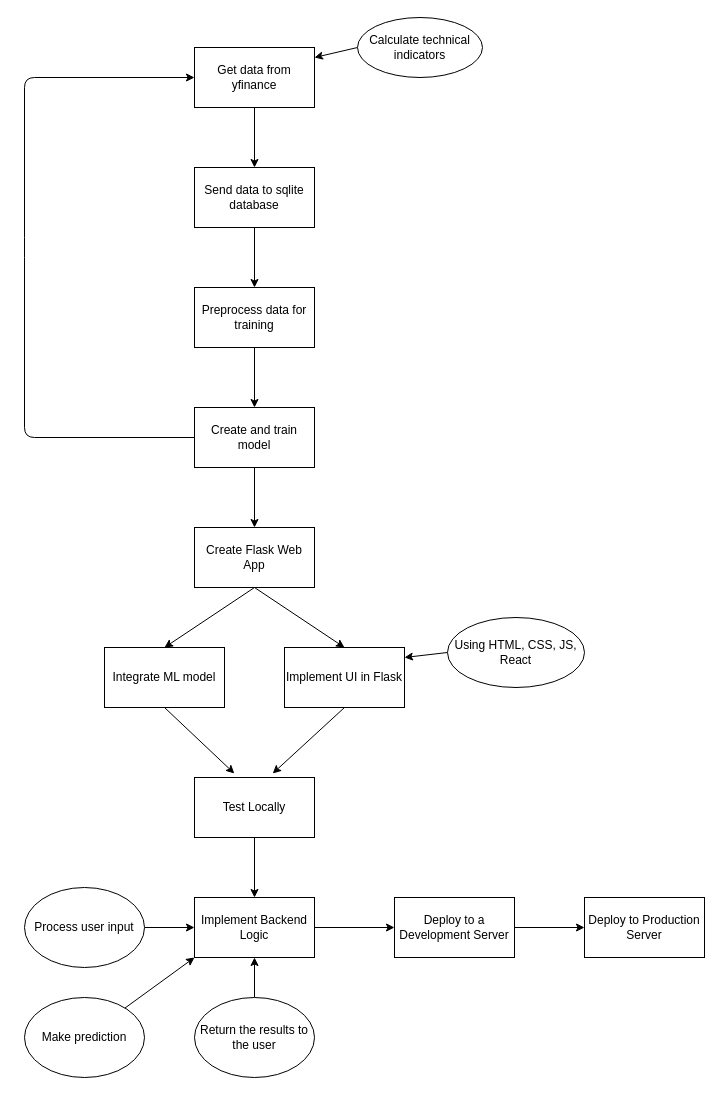
AJohnston35/Stock-Prediction keeps this draw.io diagram as docs/drawing.drawio. Above is the earlier version. Source tidied: cells renumbered, new cells numbered last; positions are measured from the earlier drawing's top-left corner, leaving out a move shared by most shapes. Both pictures are drawn from the tidied source at 100%, with x=0, y=0 at pixel (24, 17).
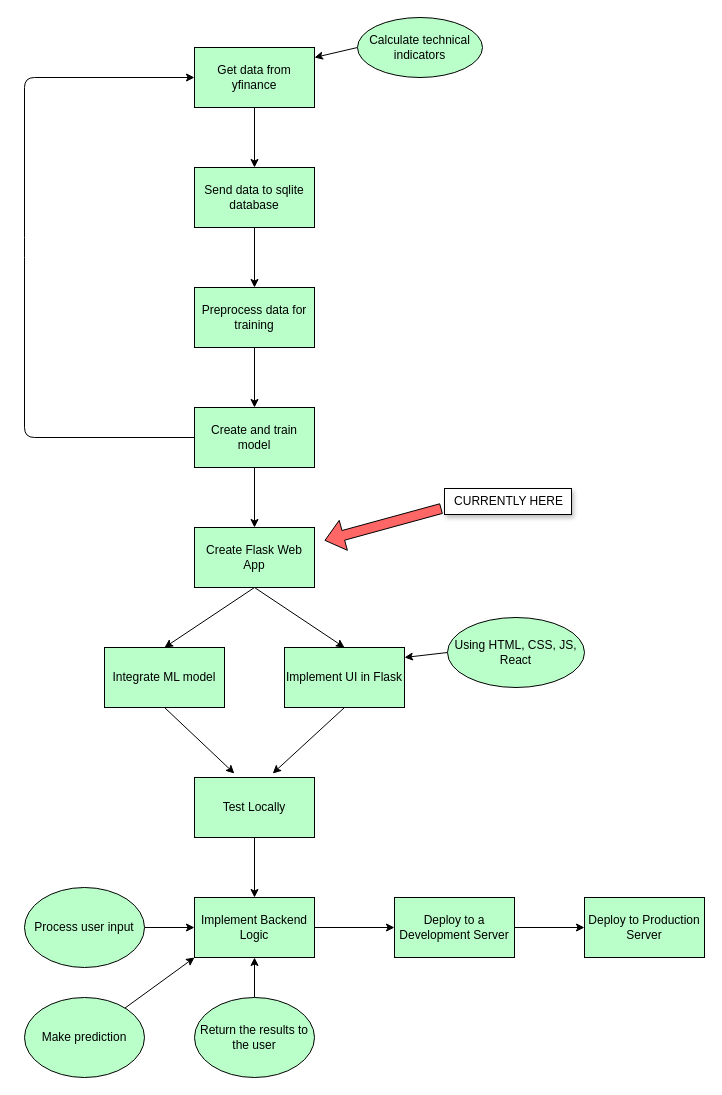
The same page after the edit.

The edit, as a diff of the source:
```diff
@@
-    <mxCell id="2" style="edgeStyle=none;html=1;entryX=0.5;entryY=0;entryDx=0;entryDy=0;" parent="1" edge="1" source="3" target="5">
+    <mxCell id="2" style="edgeStyle=none;html=1;entryX=0.5;entryY=0;entryDx=0;entryDy=0;fillColor=#BAFFCA;" parent="1" edge="1" source="3" target="5">
       <mxGeometry relative="1" as="geometry" />
     </mxCell>
-    <mxCell id="3" value="Get data from yfinance" style="rounded=0;whiteSpace=wrap;html=1;" parent="1" vertex="1">
+    <mxCell id="3" value="Get data from yfinance" style="rounded=0;whiteSpace=wrap;html=1;fillColor=#BAFFCA;" parent="1" vertex="1">
       <mxGeometry x="170" y="30" width="120" height="60" as="geometry" />
     </mxCell>
-    <mxCell id="4" style="edgeStyle=none;html=1;entryX=0.5;entryY=0;entryDx=0;entryDy=0;" parent="1" edge="1" source="5" target="6">
+    <mxCell id="4" style="edgeStyle=none;html=1;entryX=0.5;entryY=0;entryDx=0;entryDy=0;fillColor=#BAFFCA;" parent="1" edge="1" source="5" target="6">
       <mxGeometry relative="1" as="geometry" />
     </mxCell>
-    <mxCell id="5" value="Send data to sqlite database" style="rounded=0;whiteSpace=wrap;html=1;" parent="1" vertex="1">
+    <mxCell id="5" value="Send data to sqlite database" style="rounded=0;whiteSpace=wrap;html=1;fillColor=#BAFFCA;" parent="1" vertex="1">
       <mxGeometry x="170" y="150" width="120" height="60" as="geometry" />
     </mxCell>
-    <mxCell id="6" value="Preprocess data for training" style="rounded=0;whiteSpace=wrap;html=1;" parent="1" vertex="1">
+    <mxCell id="6" value="Preprocess data for training" style="rounded=0;whiteSpace=wrap;html=1;fillColor=#BAFFCA;" parent="1" vertex="1">
       <mxGeometry x="170" y="270" width="120" height="60" as="geometry" />
     </mxCell>
-    <mxCell id="7" style="edgeStyle=none;html=1;entryX=0.5;entryY=0;entryDx=0;entryDy=0;" parent="1" edge="1" target="9">
+    <mxCell id="7" style="edgeStyle=none;html=1;entryX=0.5;entryY=0;entryDx=0;entryDy=0;fillColor=#BAFFCA;" parent="1" edge="1" target="9">
       <mxGeometry relative="1" as="geometry">
         <mxPoint x="230" y="330" as="sourcePoint" />
       </mxGeometry>
     </mxCell>
-    <mxCell id="8" style="edgeStyle=none;html=1;entryX=0;entryY=0.5;entryDx=0;entryDy=0;exitX=0;exitY=0.5;exitDx=0;exitDy=0;" parent="1" edge="1" source="9" target="3">
+    <mxCell id="8" style="edgeStyle=none;html=1;entryX=0;entryY=0.5;entryDx=0;entryDy=0;exitX=0;exitY=0.5;exitDx=0;exitDy=0;fillColor=#BAFFCA;" parent="1" edge="1" source="9" target="3">
       <mxGeometry relative="1" as="geometry">
         <Array as="points">
           <mxPoint y="420" />
           <mxPoint y="230" />
           <mxPoint y="60" />
         </Array>
       </mxGeometry>
     </mxCell>
-    <mxCell id="9" value="Create and train model" style="rounded=0;whiteSpace=wrap;html=1;" parent="1" vertex="1">
+    <mxCell id="9" value="Create and train model" style="rounded=0;whiteSpace=wrap;html=1;fillColor=#BAFFCA;" parent="1" vertex="1">
       <mxGeometry x="170" y="390" width="120" height="60" as="geometry" />
     </mxCell>
-    <mxCell id="10" style="edgeStyle=none;html=1;entryX=0.5;entryY=0;entryDx=0;entryDy=0;" parent="1" edge="1" target="11">
+    <mxCell id="10" style="edgeStyle=none;html=1;entryX=0.5;entryY=0;entryDx=0;entryDy=0;fillColor=#BAFFCA;" parent="1" edge="1" target="11">
       <mxGeometry relative="1" as="geometry">
         <mxPoint x="230" y="450" as="sourcePoint" />
       </mxGeometry>
     </mxCell>
-    <mxCell id="11" value="Create Flask Web App" style="rounded=0;whiteSpace=wrap;html=1;" parent="1" vertex="1">
+    <mxCell id="11" value="Create Flask Web App" style="rounded=0;whiteSpace=wrap;html=1;fillColor=#BAFFCA;" parent="1" vertex="1">
       <mxGeometry x="170" y="510" width="120" height="60" as="geometry" />
     </mxCell>
-    <mxCell id="12" style="edgeStyle=none;html=1;entryX=0.5;entryY=0;entryDx=0;entryDy=0;" parent="1" edge="1" target="14">
+    <mxCell id="12" style="edgeStyle=none;html=1;entryX=0.5;entryY=0;entryDx=0;entryDy=0;fillColor=#BAFFCA;" parent="1" edge="1" target="14">
       <mxGeometry relative="1" as="geometry">
         <mxPoint x="230" y="570" as="sourcePoint" />
       </mxGeometry>
     </mxCell>
-    <mxCell id="13" style="edgeStyle=none;html=1;exitX=0.5;exitY=1;exitDx=0;exitDy=0;entryX=0.332;entryY=-0.067;entryDx=0;entryDy=0;entryPerimeter=0;" parent="1" edge="1" source="14" target="23">
+    <mxCell id="13" style="edgeStyle=none;html=1;exitX=0.5;exitY=1;exitDx=0;exitDy=0;entryX=0.332;entryY=-0.067;entryDx=0;entryDy=0;entryPerimeter=0;fillColor=#BAFFCA;" parent="1" edge="1" source="14" target="23">
       <mxGeometry relative="1" as="geometry" />
     </mxCell>
-    <mxCell id="14" value="Integrate ML model" style="rounded=0;whiteSpace=wrap;html=1;" parent="1" vertex="1">
+    <mxCell id="14" value="Integrate ML model" style="rounded=0;whiteSpace=wrap;html=1;fillColor=#BAFFCA;" parent="1" vertex="1">
       <mxGeometry x="80" y="630" width="120" height="60" as="geometry" />
     </mxCell>
-    <mxCell id="15" style="edgeStyle=none;html=1;entryX=0.5;entryY=0;entryDx=0;entryDy=0;exitX=0.5;exitY=1;exitDx=0;exitDy=0;" parent="1" edge="1" source="11" target="17">
+    <mxCell id="15" style="edgeStyle=none;html=1;entryX=0.5;entryY=0;entryDx=0;entryDy=0;exitX=0.5;exitY=1;exitDx=0;exitDy=0;fillColor=#BAFFCA;" parent="1" edge="1" source="11" target="17">
       <mxGeometry relative="1" as="geometry" />
     </mxCell>
-    <mxCell id="16" style="edgeStyle=none;html=1;exitX=0.5;exitY=1;exitDx=0;exitDy=0;entryX=0.652;entryY=-0.067;entryDx=0;entryDy=0;entryPerimeter=0;" parent="1" edge="1" source="17" target="23">
+    <mxCell id="16" style="edgeStyle=none;html=1;exitX=0.5;exitY=1;exitDx=0;exitDy=0;entryX=0.652;entryY=-0.067;entryDx=0;entryDy=0;entryPerimeter=0;fillColor=#BAFFCA;" parent="1" edge="1" source="17" target="23">
       <mxGeometry relative="1" as="geometry" />
     </mxCell>
-    <mxCell id="17" value="Implement UI in Flask" style="rounded=0;whiteSpace=wrap;html=1;" parent="1" vertex="1">
+    <mxCell id="17" value="Implement UI in Flask" style="rounded=0;whiteSpace=wrap;html=1;fillColor=#BAFFCA;" parent="1" vertex="1">
       <mxGeometry x="260" y="630" width="120" height="60" as="geometry" />
     </mxCell>
-    <mxCell id="18" style="edgeStyle=none;html=1;exitX=0;exitY=0.5;exitDx=0;exitDy=0;entryX=1;entryY=0.167;entryDx=0;entryDy=0;entryPerimeter=0;" parent="1" edge="1" source="19" target="3">
+    <mxCell id="18" style="edgeStyle=none;html=1;exitX=0;exitY=0.5;exitDx=0;exitDy=0;entryX=1;entryY=0.167;entryDx=0;entryDy=0;entryPerimeter=0;fillColor=#BAFFCA;" parent="1" edge="1" source="19" target="3">
       <mxGeometry relative="1" as="geometry" />
     </mxCell>
-    <mxCell id="19" value="Calculate technical indicators" style="ellipse;whiteSpace=wrap;html=1;" parent="1" vertex="1">
+    <mxCell id="19" value="Calculate technical indicators" style="ellipse;whiteSpace=wrap;html=1;fillColor=#BAFFCA;" parent="1" vertex="1">
       <mxGeometry x="333" width="125" height="60" as="geometry" />
     </mxCell>
-    <mxCell id="20" style="edgeStyle=none;html=1;exitX=0;exitY=0.5;exitDx=0;exitDy=0;entryX=1;entryY=0.167;entryDx=0;entryDy=0;entryPerimeter=0;" parent="1" edge="1" source="21">
+    <mxCell id="20" style="edgeStyle=none;html=1;exitX=0;exitY=0.5;exitDx=0;exitDy=0;entryX=1;entryY=0.167;entryDx=0;entryDy=0;entryPerimeter=0;fillColor=#BAFFCA;" parent="1" edge="1" source="21">
       <mxGeometry relative="1" as="geometry">
         <mxPoint x="380" y="640" as="targetPoint" />
       </mxGeometry>
     </mxCell>
-    <mxCell id="21" value="Using HTML, CSS, JS, React" style="ellipse;whiteSpace=wrap;html=1;" parent="1" vertex="1">
+    <mxCell id="21" value="Using HTML, CSS, JS, React" style="ellipse;whiteSpace=wrap;html=1;fillColor=#BAFFCA;" parent="1" vertex="1">
       <mxGeometry x="423" y="600" width="137" height="70" as="geometry" />
     </mxCell>
-    <mxCell id="22" style="edgeStyle=none;html=1;exitX=0.5;exitY=1;exitDx=0;exitDy=0;entryX=0.5;entryY=0;entryDx=0;entryDy=0;" parent="1" edge="1" source="23" target="25">
+    <mxCell id="22" style="edgeStyle=none;html=1;exitX=0.5;exitY=1;exitDx=0;exitDy=0;entryX=0.5;entryY=0;entryDx=0;entryDy=0;fillColor=#BAFFCA;" parent="1" edge="1" source="23" target="25">
       <mxGeometry relative="1" as="geometry" />
     </mxCell>
-    <mxCell id="23" value="Test Locally" style="rounded=0;whiteSpace=wrap;html=1;" parent="1" vertex="1">
+    <mxCell id="23" value="Test Locally" style="rounded=0;whiteSpace=wrap;html=1;fillColor=#BAFFCA;" parent="1" vertex="1">
       <mxGeometry x="170" y="760" width="120" height="60" as="geometry" />
     </mxCell>
-    <mxCell id="24" style="edgeStyle=none;html=1;exitX=1;exitY=0.5;exitDx=0;exitDy=0;entryX=0;entryY=0.5;entryDx=0;entryDy=0;" parent="1" edge="1" source="25" target="27">
+    <mxCell id="24" style="edgeStyle=none;html=1;exitX=1;exitY=0.5;exitDx=0;exitDy=0;entryX=0;entryY=0.5;entryDx=0;entryDy=0;fillColor=#BAFFCA;" parent="1" edge="1" source="25" target="27">
       <mxGeometry relative="1" as="geometry" />
     </mxCell>
-    <mxCell id="25" value="Implement Backend Logic" style="rounded=0;whiteSpace=wrap;html=1;" parent="1" vertex="1">
+    <mxCell id="25" value="Implement Backend Logic" style="rounded=0;whiteSpace=wrap;html=1;fillColor=#BAFFCA;" parent="1" vertex="1">
       <mxGeometry x="170" y="880" width="120" height="60" as="geometry" />
     </mxCell>
-    <mxCell id="26" style="edgeStyle=none;html=1;exitX=1;exitY=0.5;exitDx=0;exitDy=0;" parent="1" edge="1" source="27">
+    <mxCell id="26" style="edgeStyle=none;html=1;exitX=1;exitY=0.5;exitDx=0;exitDy=0;fillColor=#BAFFCA;" parent="1" edge="1" source="27">
       <mxGeometry relative="1" as="geometry">
         <mxPoint x="560" y="910" as="targetPoint" />
       </mxGeometry>
     </mxCell>
-    <mxCell id="27" value="Deploy to a Development Server" style="rounded=0;whiteSpace=wrap;html=1;" parent="1" vertex="1">
+    <mxCell id="27" value="Deploy to a Development Server" style="rounded=0;whiteSpace=wrap;html=1;fillColor=#BAFFCA;" parent="1" vertex="1">
       <mxGeometry x="370" y="880" width="120" height="60" as="geometry" />
     </mxCell>
-    <mxCell id="28" value="Deploy to Production Server" style="rounded=0;whiteSpace=wrap;html=1;" parent="1" vertex="1">
+    <mxCell id="28" value="Deploy to Production Server" style="rounded=0;whiteSpace=wrap;html=1;fillColor=#BAFFCA;" parent="1" vertex="1">
       <mxGeometry x="560" y="880" width="120" height="60" as="geometry" />
     </mxCell>
-    <mxCell id="29" style="edgeStyle=none;html=1;entryX=0;entryY=0.5;entryDx=0;entryDy=0;" parent="1" edge="1" source="30" target="25">
+    <mxCell id="29" style="edgeStyle=none;html=1;entryX=0;entryY=0.5;entryDx=0;entryDy=0;fillColor=#BAFFCA;" parent="1" edge="1" source="30" target="25">
       <mxGeometry relative="1" as="geometry" />
     </mxCell>
-    <mxCell id="30" value="Process user input" style="ellipse;whiteSpace=wrap;html=1;" parent="1" vertex="1">
+    <mxCell id="30" value="Process user input" style="ellipse;whiteSpace=wrap;html=1;fillColor=#BAFFCA;" parent="1" vertex="1">
       <mxGeometry y="870" width="120" height="80" as="geometry" />
     </mxCell>
-    <mxCell id="31" style="edgeStyle=none;html=1;entryX=0;entryY=1;entryDx=0;entryDy=0;" parent="1" edge="1" source="32" target="25">
+    <mxCell id="31" style="edgeStyle=none;html=1;entryX=0;entryY=1;entryDx=0;entryDy=0;fillColor=#BAFFCA;" parent="1" edge="1" source="32" target="25">
       <mxGeometry relative="1" as="geometry" />
     </mxCell>
-    <mxCell id="32" value="Make prediction" style="ellipse;whiteSpace=wrap;html=1;" parent="1" vertex="1">
+    <mxCell id="32" value="Make prediction" style="ellipse;whiteSpace=wrap;html=1;fillColor=#BAFFCA;" parent="1" vertex="1">
       <mxGeometry y="980" width="120" height="80" as="geometry" />
     </mxCell>
-    <mxCell id="33" style="edgeStyle=none;html=1;entryX=0.5;entryY=1;entryDx=0;entryDy=0;" parent="1" edge="1" source="34" target="25">
+    <mxCell id="33" style="edgeStyle=none;html=1;entryX=0.5;entryY=1;entryDx=0;entryDy=0;fillColor=#BAFFCA;" parent="1" edge="1" source="34" target="25">
       <mxGeometry relative="1" as="geometry" />
     </mxCell>
-    <mxCell id="34" value="Return the results to the user" style="ellipse;whiteSpace=wrap;html=1;" parent="1" vertex="1">
+    <mxCell id="34" value="Return the results to the user" style="ellipse;whiteSpace=wrap;html=1;fillColor=#BAFFCA;" parent="1" vertex="1">
       <mxGeometry x="170" y="980" width="120" height="80" as="geometry" />
     </mxCell>
+    <mxCell id="35" style="shape=flexArrow;endArrow=classic;html=1;fillColor=#FF6666;" parent="1" edge="1">
+      <mxGeometry relative="1" as="geometry">
+        <mxPoint x="417" y="491" as="sourcePoint" />
+        <mxPoint x="300" y="523" as="targetPoint" />
+      </mxGeometry>
+    </mxCell>
+    <mxCell id="36" value="CURRENTLY HERE" style="text;html=1;align=center;verticalAlign=middle;strokeColor=#000000;fillColor=#FFFFFF;shadow=1;" parent="1" vertex="1">
+      <mxGeometry x="420" y="471" width="127" height="26" as="geometry" />
+    </mxCell>
```
